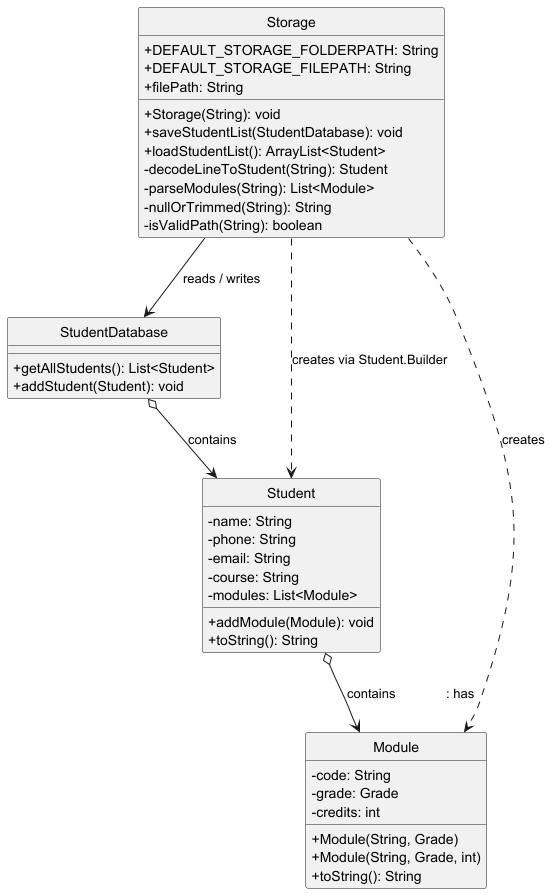
Earlier version of the PlantUML export docs/images/StorageClassDiagram.png (denyh6/tp).
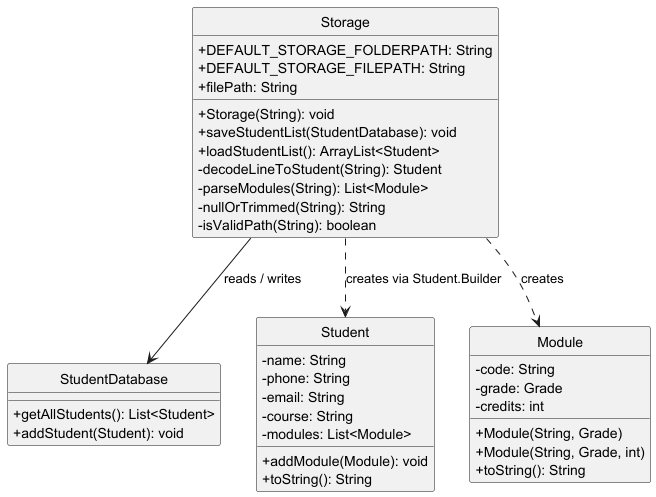
The same diagram one commit later.

Diff of the diagram source:
```diff
@@ -42,7 +42,7 @@
 Storage --> StudentDatabase       : reads / writes
 Storage ..> Student               : creates via Student.Builder
 Storage ..> Module                : creates
-StudentDatabase o--> Student      : contains
-Student o--> Module               : contains              : has
+
+
 
 @enduml
```
